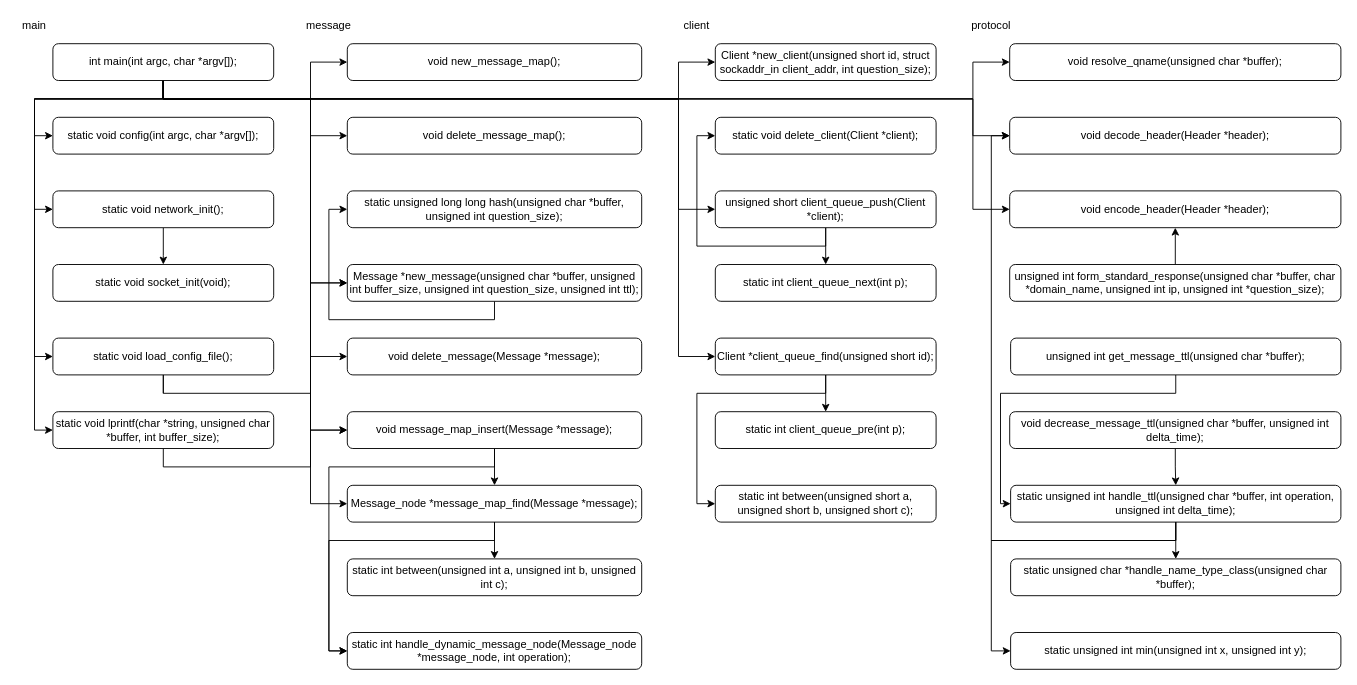
Before: dns_relay.drawio in chunkitlau/diagrams, a draw.io diagram. Source tidied: cells renumbered, new cells numbered last; positions are measured from the earlier drawing's top-left corner, leaving out a move shared by most shapes. Both pictures are drawn from the tidied source at 92%, with x=0, y=0 at pixel (16, 16).
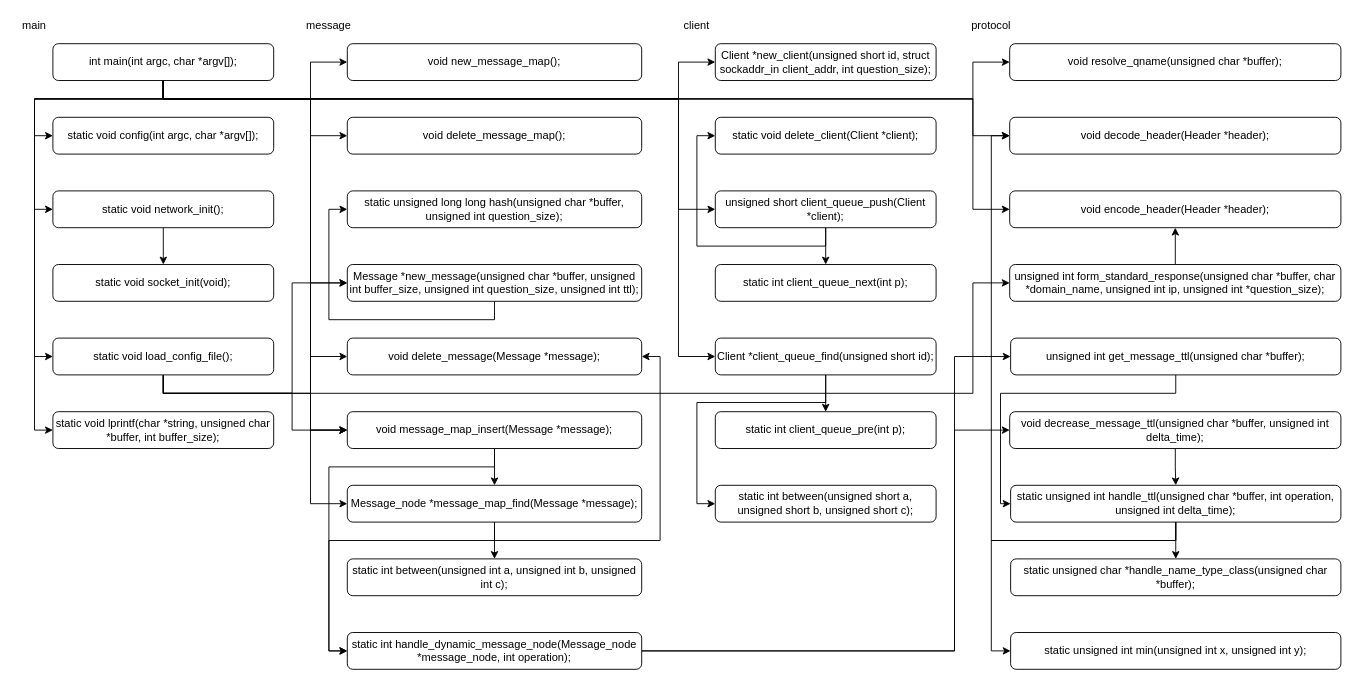
After the change.

The change refers to these unchanged cells:
```xml
<mxCell id="8" value="static void load_config_file();" style="rounded=1;whiteSpace=wrap;html=1;" parent="1" vertex="1">
  <mxGeometry x="40" y="350" width="240" height="40" as="geometry" />
</mxCell>
<mxCell id="29" value="void delete_message(Message *message);" style="rounded=1;whiteSpace=wrap;html=1;" parent="1" vertex="1">
  <mxGeometry x="360" y="350" width="320" height="40" as="geometry" />
</mxCell>
<mxCell id="35" value="unsigned int form_standard_response(unsigned char *buffer, char *domain_name, unsigned int ip, unsigned int *question_size);" style="rounded=1;whiteSpace=wrap;html=1;" parent="1" vertex="1">
  <mxGeometry x="1080" y="270" width="360" height="40" as="geometry" />
</mxCell>
<mxCell id="43" value="unsigned int get_message_ttl(unsigned char *buffer);" style="rounded=1;whiteSpace=wrap;html=1;" parent="1" vertex="1">
  <mxGeometry x="1081" y="350" width="359" height="40" as="geometry" />
</mxCell>
<mxCell id="45" value="void decrease_message_ttl(unsigned char *buffer, unsigned int delta_time);" style="rounded=1;whiteSpace=wrap;html=1;" parent="1" vertex="1">
  <mxGeometry x="1080" y="430" width="360" height="40" as="geometry" />
</mxCell>
<mxCell id="48" value="Message *new_message(unsigned char *buffer, unsigned int buffer_size, unsigned int question_size, unsigned int ttl);" style="rounded=1;whiteSpace=wrap;html=1;" parent="1" vertex="1">
  <mxGeometry x="360" y="270" width="320" height="40" as="geometry" />
</mxCell>
<mxCell id="51" value="static int handle_dynamic_message_node(Message_node *message_node, int operation);" style="rounded=1;whiteSpace=wrap;html=1;" parent="1" vertex="1">
  <mxGeometry x="360" y="670" width="320" height="40" as="geometry" />
</mxCell>
<mxCell id="54" value="Message_node *message_map_find(Message *message);" style="rounded=1;whiteSpace=wrap;html=1;" parent="1" vertex="1">
  <mxGeometry x="360" y="510" width="320" height="40" as="geometry" />
</mxCell>
<mxCell id="57" value="void message_map_insert(Message *message);" style="rounded=1;whiteSpace=wrap;html=1;" parent="1" vertex="1">
  <mxGeometry x="360" y="430" width="320" height="40" as="geometry" />
</mxCell>
<mxCell id="65" value="static int between(unsigned short a, unsigned short b, unsigned short c);" style="rounded=1;whiteSpace=wrap;html=1;" parent="1" vertex="1">
  <mxGeometry x="760" y="510" width="240" height="40" as="geometry" />
</mxCell>
<mxCell id="68" value="Client *client_queue_find(unsigned short id);" style="rounded=1;whiteSpace=wrap;html=1;" parent="1" vertex="1">
  <mxGeometry x="760" y="350" width="240" height="40" as="geometry" />
</mxCell>
<mxCell id="70" value="static void lprintf(char *string, unsigned char *buffer, int buffer_size);" style="rounded=1;whiteSpace=wrap;html=1;" parent="1" vertex="1">
  <mxGeometry x="40" y="430" width="240" height="40" as="geometry" />
</mxCell>
```

The edit, as a diff of the source:
```diff
@@
-    <mxCell id="6" style="edgeStyle=orthogonalEdgeStyle;rounded=0;jettySize=auto;html=1;exitX=0.5;exitY=1;exitDx=0;exitDy=0;entryX=0;entryY=0.5;entryDx=0;entryDy=0;startArrow=none;" parent="1" edge="1" source="70" target="48">
-      <mxGeometry relative="1" as="geometry" />
-    </mxCell>
@@
+    <mxCell id="72" style="edgeStyle=orthogonalEdgeStyle;rounded=0;jettySize=auto;html=1;exitX=0.5;exitY=1;exitDx=0;exitDy=0;entryX=0;entryY=0.5;entryDx=0;entryDy=0;" parent="1" edge="1" source="8" target="35">
+      <mxGeometry relative="1" as="geometry">
+        <Array as="points">
+          <mxPoint x="160" y="410" />
+          <mxPoint x="1040" y="410" />
+          <mxPoint x="1040" y="290" />
+        </Array>
+      </mxGeometry>
+    </mxCell>
+    <mxCell id="73" style="edgeStyle=orthogonalEdgeStyle;rounded=0;jettySize=auto;html=1;exitX=0.5;exitY=1;exitDx=0;exitDy=0;entryX=0;entryY=0.5;entryDx=0;entryDy=0;" parent="1" edge="1" source="8" target="48">
+      <mxGeometry relative="1" as="geometry">
+        <Array as="points">
+          <mxPoint x="160" y="410" />
+          <mxPoint x="300" y="410" />
+          <mxPoint x="300" y="290" />
+        </Array>
+      </mxGeometry>
+    </mxCell>
+    <mxCell id="74" style="edgeStyle=orthogonalEdgeStyle;rounded=0;jettySize=auto;html=1;exitX=0.5;exitY=1;exitDx=0;exitDy=0;entryX=0;entryY=0.5;entryDx=0;entryDy=0;" parent="1" edge="1" source="8" target="57">
+      <mxGeometry relative="1" as="geometry">
+        <Array as="points">
+          <mxPoint x="160" y="410" />
+          <mxPoint x="300" y="410" />
+          <mxPoint x="300" y="450" />
+        </Array>
+      </mxGeometry>
+    </mxCell>
@@
+    <mxCell id="75" style="edgeStyle=orthogonalEdgeStyle;rounded=0;jettySize=auto;html=1;exitX=1;exitY=0.5;exitDx=0;exitDy=0;entryX=0;entryY=0.5;entryDx=0;entryDy=0;" parent="1" edge="1" source="51" target="43">
+      <mxGeometry relative="1" as="geometry">
+        <Array as="points">
+          <mxPoint x="1020" y="690" />
+          <mxPoint x="1020" y="370" />
+        </Array>
+      </mxGeometry>
+    </mxCell>
+    <mxCell id="76" style="edgeStyle=orthogonalEdgeStyle;rounded=0;jettySize=auto;html=1;exitX=1;exitY=0.5;exitDx=0;exitDy=0;entryX=0;entryY=0.5;entryDx=0;entryDy=0;" parent="1" edge="1" source="51" target="45">
+      <mxGeometry relative="1" as="geometry">
+        <Array as="points">
+          <mxPoint x="1020" y="690" />
+          <mxPoint x="1020" y="450" />
+        </Array>
+      </mxGeometry>
+    </mxCell>
@@
+    <mxCell id="77" style="edgeStyle=orthogonalEdgeStyle;rounded=0;jettySize=auto;html=1;exitX=0.5;exitY=1;exitDx=0;exitDy=0;entryX=1;entryY=0.5;entryDx=0;entryDy=0;" parent="1" edge="1" source="54" target="29">
+      <mxGeometry relative="1" as="geometry">
+        <Array as="points">
+          <mxPoint x="520" y="570" />
+          <mxPoint x="700" y="570" />
+          <mxPoint x="700" y="370" />
+        </Array>
+      </mxGeometry>
+    </mxCell>
@@
     <mxCell id="67" style="edgeStyle=orthogonalEdgeStyle;rounded=0;jettySize=auto;html=1;exitX=0.5;exitY=1;exitDx=0;exitDy=0;entryX=0;entryY=0.5;entryDx=0;entryDy=0;" parent="1" edge="1" source="68" target="65">
       <mxGeometry relative="1" as="geometry">
         <Array as="points">
-          <mxPoint x="880" y="410" />
-          <mxPoint x="740" y="410" />
+          <mxPoint x="880" y="420" />
+          <mxPoint x="740" y="420" />
           <mxPoint x="740" y="530" />
         </Array>
       </mxGeometry>
     </mxCell>
```
